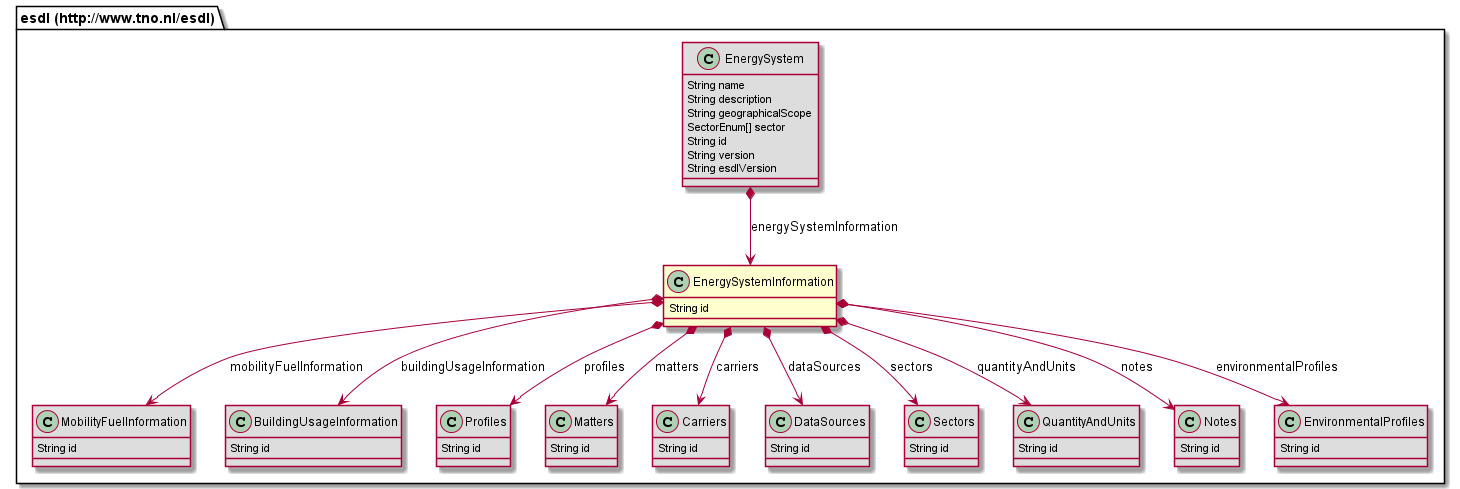
EnergyTransition/energytransition.github.io keeps this PlantUML diagram as 687474703a2f2f7777772e746e6f2e6e6c2f6573646c/EnergySystemInformation.png. Above is the earlier version.
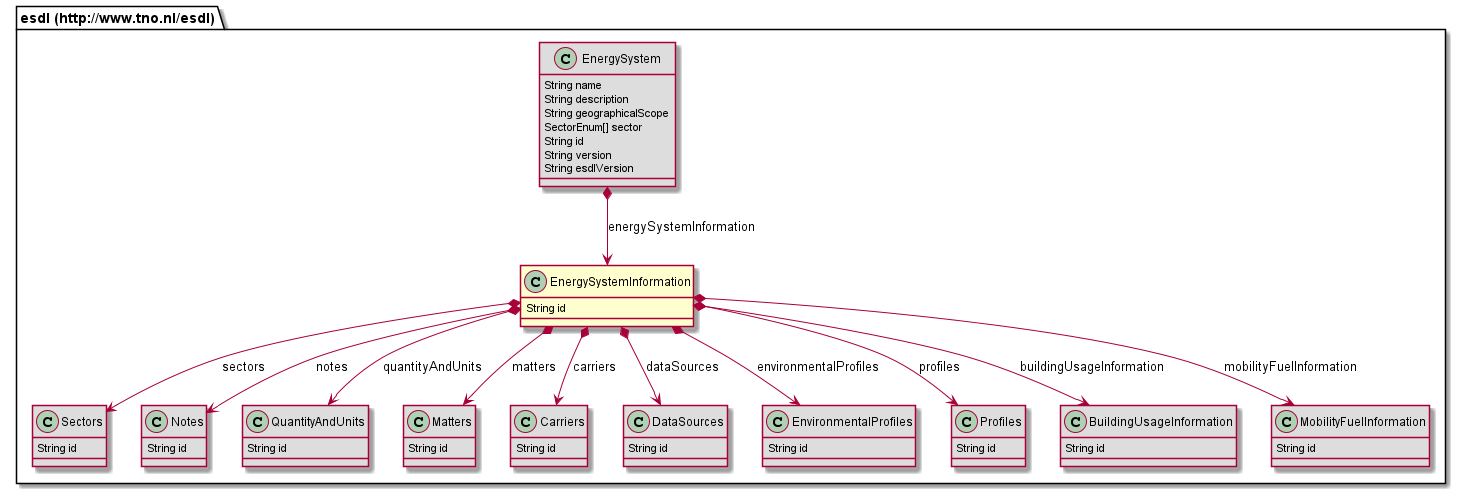
The same file after the commit.

Change to the diagram source:
```diff
@@ -2,7 +2,28 @@
 class "esdl (http://www.tno.nl/esdl).EnergySystemInformation" [[#router/doc-content/687474703a2f2f7777772e746e6f2e6e6c2f6573646c/EnergySystemInformation.html{Describes reusable information of the energy system, that other classes can refer to in this energy system, such as carriers, profiles, data sources, quantity and units.}]] {
 	String id
 }
-class "esdl (http://www.tno.nl/esdl).MobilityFuelInformation" [[#router/doc-content/687474703a2f2f7777772e746e6f2e6e6c2f6573646c/MobilityFuelInformation.html{Collection of information about vehicles, fuels and efficiency}]] #DDDDDD {
+class "esdl (http://www.tno.nl/esdl).Sectors" [[#router/doc-content/687474703a2f2f7777772e746e6f2e6e6c2f6573646c/Sectors.html{Collection of sectors. }]] #DDDDDD {
+	String id
+}
+class "esdl (http://www.tno.nl/esdl).Notes" [[#router/doc-content/687474703a2f2f7777772e746e6f2e6e6c2f6573646c/Notes.html{Collection of notes that can be added to the map, like postits (with comments in HTML)}]] #DDDDDD {
+	String id
+}
+class "esdl (http://www.tno.nl/esdl).QuantityAndUnits" [[#router/doc-content/687474703a2f2f7777772e746e6f2e6e6c2f6573646c/QuantityAndUnits.html{Collection of QuantityAndUnitTypes defined in the EnergySystemInformation section}]] #DDDDDD {
+	String id
+}
+class "esdl (http://www.tno.nl/esdl).Matters" [[#router/doc-content/687474703a2f2f7777772e746e6f2e6e6c2f6573646c/Matters.html]] #DDDDDD {
+	String id
+}
+class "esdl (http://www.tno.nl/esdl).Carriers" [[#router/doc-content/687474703a2f2f7777772e746e6f2e6e6c2f6573646c/Carriers.html{Collection of carriers as part of the Energy System Information. }]] #DDDDDD {
+	String id
+}
+class "esdl (http://www.tno.nl/esdl).DataSources" [[#router/doc-content/687474703a2f2f7777772e746e6f2e6e6c2f6573646c/DataSources.html{Collection of datasources used in the energy system}]] #DDDDDD {
+	String id
+}
+class "esdl (http://www.tno.nl/esdl).EnvironmentalProfiles" [[#router/doc-content/687474703a2f2f7777772e746e6f2e6e6c2f6573646c/EnvironmentalProfiles.html]] #DDDDDD {
+	String id
+}
+class "esdl (http://www.tno.nl/esdl).Profiles" [[#router/doc-content/687474703a2f2f7777772e746e6f2e6e6c2f6573646c/Profiles.html{Container for profiles in the Energy System Information where other profiles can refer to}]] #DDDDDD {
 	String id
 }
 class "esdl (http://www.tno.nl/esdl).BuildingUsageInformation" [[#router/doc-content/687474703a2f2f7777772e746e6f2e6e6c2f6573646c/BuildingUsageInformation.html{Part of Energy System Information that specifies generic building usage information that can be referenced from multiple individual buildings}]] #DDDDDD {
@@ -17,31 +38,9 @@
 	String version
 	String esdlVersion
 }
-class "esdl (http://www.tno.nl/esdl).Profiles" [[#router/doc-content/687474703a2f2f7777772e746e6f2e6e6c2f6573646c/Profiles.html{Container for profiles in the Energy System Information where other profiles can refer to}]] #DDDDDD {
+class "esdl (http://www.tno.nl/esdl).MobilityFuelInformation" [[#router/doc-content/687474703a2f2f7777772e746e6f2e6e6c2f6573646c/MobilityFuelInformation.html{Collection of information about vehicles, fuels and efficiency}]] #DDDDDD {
 	String id
 }
-class "esdl (http://www.tno.nl/esdl).Matters" [[#router/doc-content/687474703a2f2f7777772e746e6f2e6e6c2f6573646c/Matters.html]] #DDDDDD {
-	String id
-}
-class "esdl (http://www.tno.nl/esdl).Carriers" [[#router/doc-content/687474703a2f2f7777772e746e6f2e6e6c2f6573646c/Carriers.html{Collection of carriers as part of the Energy System Information. }]] #DDDDDD {
-	String id
-}
-class "esdl (http://www.tno.nl/esdl).DataSources" [[#router/doc-content/687474703a2f2f7777772e746e6f2e6e6c2f6573646c/DataSources.html{Collection of datasources used in the energy system}]] #DDDDDD {
-	String id
-}
-class "esdl (http://www.tno.nl/esdl).Sectors" [[#router/doc-content/687474703a2f2f7777772e746e6f2e6e6c2f6573646c/Sectors.html{Collection of sectors. }]] #DDDDDD {
-	String id
-}
-class "esdl (http://www.tno.nl/esdl).QuantityAndUnits" [[#router/doc-content/687474703a2f2f7777772e746e6f2e6e6c2f6573646c/QuantityAndUnits.html{Collection of QuantityAndUnitTypes defined in the EnergySystemInformation section}]] #DDDDDD {
-	String id
-}
-class "esdl (http://www.tno.nl/esdl).Notes" [[#router/doc-content/687474703a2f2f7777772e746e6f2e6e6c2f6573646c/Notes.html{Collection of notes that can be added to the map, like postits (with comments in HTML)}]] #DDDDDD {
-	String id
-}
-class "esdl (http://www.tno.nl/esdl).EnvironmentalProfiles" [[#router/doc-content/687474703a2f2f7777772e746e6f2e6e6c2f6573646c/EnvironmentalProfiles.html]] #DDDDDD {
-	String id
-}
-"esdl (http://www.tno.nl/esdl).EnergySystem" *--> "esdl (http://www.tno.nl/esdl).EnergySystemInformation" : energySystemInformation
 "esdl (http://www.tno.nl/esdl).EnergySystemInformation" *--> "esdl (http://www.tno.nl/esdl).Carriers" : carriers
 "esdl (http://www.tno.nl/esdl).EnergySystemInformation" *--> "esdl (http://www.tno.nl/esdl).Profiles" : profiles
 "esdl (http://www.tno.nl/esdl).EnergySystemInformation" *--> "esdl (http://www.tno.nl/esdl).DataSources" : dataSources
@@ -52,4 +51,5 @@
 "esdl (http://www.tno.nl/esdl).EnergySystemInformation" *--> "esdl (http://www.tno.nl/esdl).Notes" : notes
 "esdl (http://www.tno.nl/esdl).EnergySystemInformation" *--> "esdl (http://www.tno.nl/esdl).Matters" : matters
 "esdl (http://www.tno.nl/esdl).EnergySystemInformation" *--> "esdl (http://www.tno.nl/esdl).EnvironmentalProfiles" : environmentalProfiles
+"esdl (http://www.tno.nl/esdl).EnergySystem" *--> "esdl (http://www.tno.nl/esdl).EnergySystemInformation" : energySystemInformation
 @enduml
```
